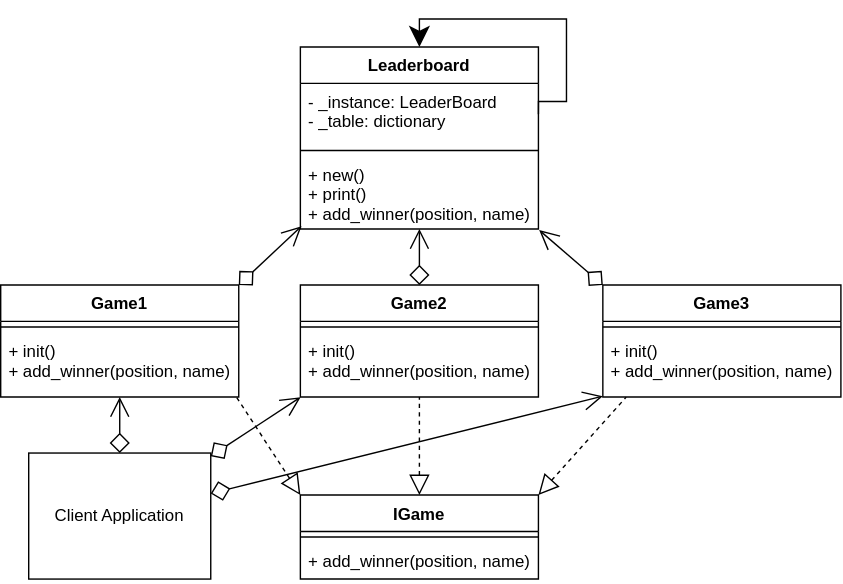
This is img/singleton_example.svg from Sean-Bradley/Design-Patterns-In-Python, a draw.io export, as it was before one commit. Source tidied: cells renumbered, new cells last; positions are measured from the earlier drawing's top-left corner, leaving out a move shared by most shapes.
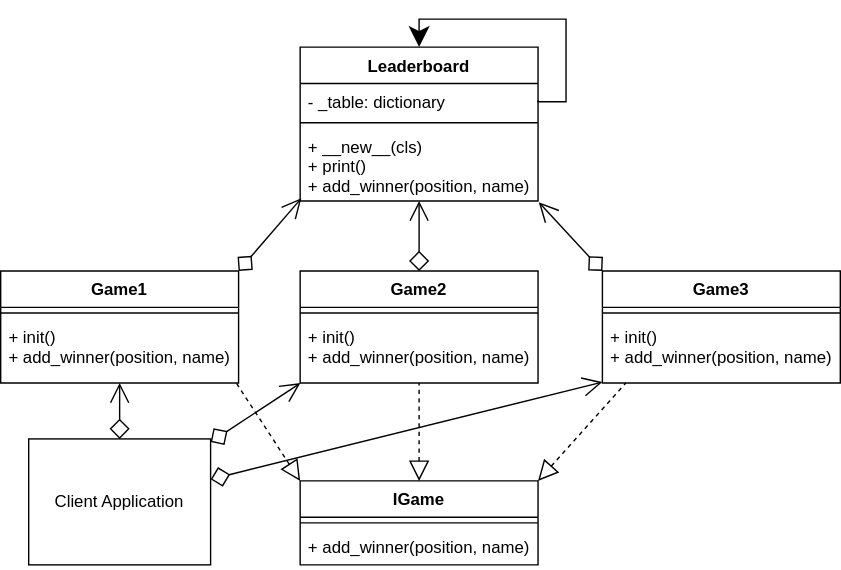
The same diagram one commit later.

What changed in the source:
```diff
@@ -6,7 +6,7 @@
       <mxGeometry x="20" y="310" width="130" height="90" as="geometry" />
     </mxCell>
     <mxCell id="3" value="Leaderboard" style="swimlane;fontStyle=1;align=center;verticalAlign=top;horizontal=1;startSize=26;" parent="1" vertex="1">
-      <mxGeometry x="214" y="20" width="170" height="130" as="geometry" />
+      <mxGeometry x="214" y="30" width="170" height="110" as="geometry" />
     </mxCell>
     <mxCell id="4" style="edgeStyle=orthogonalEdgeStyle;rounded=0;jettySize=auto;html=1;exitX=1;exitY=0.5;exitDx=0;exitDy=0;endSize=12;" parent="3" edge="1" source="5" target="3">
       <mxGeometry relative="1" as="geometry">
@@ -18,14 +18,14 @@
         </Array>
       </mxGeometry>
     </mxCell>
-    <mxCell id="5" value="- _instance: LeaderBoard&#10;- _table: dictionary" style="text;strokeColor=none;fillColor=none;align=left;verticalAlign=top;spacingLeft=4;spacingRight=4;overflow=hidden;points=[[0,0.5],[1,0.5]];portConstraint=eastwest;" parent="3" vertex="1">
-      <mxGeometry y="26" width="170" height="44" as="geometry" />
+    <mxCell id="5" value="- _table: dictionary" style="text;strokeColor=none;fillColor=none;align=left;verticalAlign=top;spacingLeft=4;spacingRight=4;overflow=hidden;points=[[0,0.5],[1,0.5]];portConstraint=eastwest;" parent="3" vertex="1">
+      <mxGeometry y="26" width="170" height="24" as="geometry" />
     </mxCell>
     <mxCell id="6" style="line;strokeWidth=1;fillColor=none;align=left;verticalAlign=middle;spacingTop=-1;spacingLeft=3;spacingRight=3;labelPosition=right;" parent="3" vertex="1">
-      <mxGeometry y="70" width="170" height="8" as="geometry" />
+      <mxGeometry y="50" width="170" height="8" as="geometry" />
     </mxCell>
-    <mxCell id="7" value="+ new()&#10;+ print()&#10;+ add_winner(position, name)" style="text;strokeColor=none;fillColor=none;align=left;verticalAlign=top;spacingLeft=4;spacingRight=4;overflow=hidden;points=[[0,0.5],[1,0.5]];portConstraint=eastwest;" parent="3" vertex="1">
-      <mxGeometry y="78" width="170" height="52" as="geometry" />
+    <mxCell id="7" value="+ __new__(cls)&#10;+ print()&#10;+ add_winner(position, name)" style="text;strokeColor=none;fillColor=none;align=left;verticalAlign=top;spacingLeft=4;spacingRight=4;overflow=hidden;points=[[0,0.5],[1,0.5]];portConstraint=eastwest;" parent="3" vertex="1">
+      <mxGeometry y="58" width="170" height="52" as="geometry" />
     </mxCell>
     <mxCell id="8" style="endArrow=diamond;endFill=0;endSize=12;html=1;startArrow=open;startFill=0;startSize=12;" parent="1" edge="1" source="9" target="2">
       <mxGeometry relative="1" as="geometry" />
```
